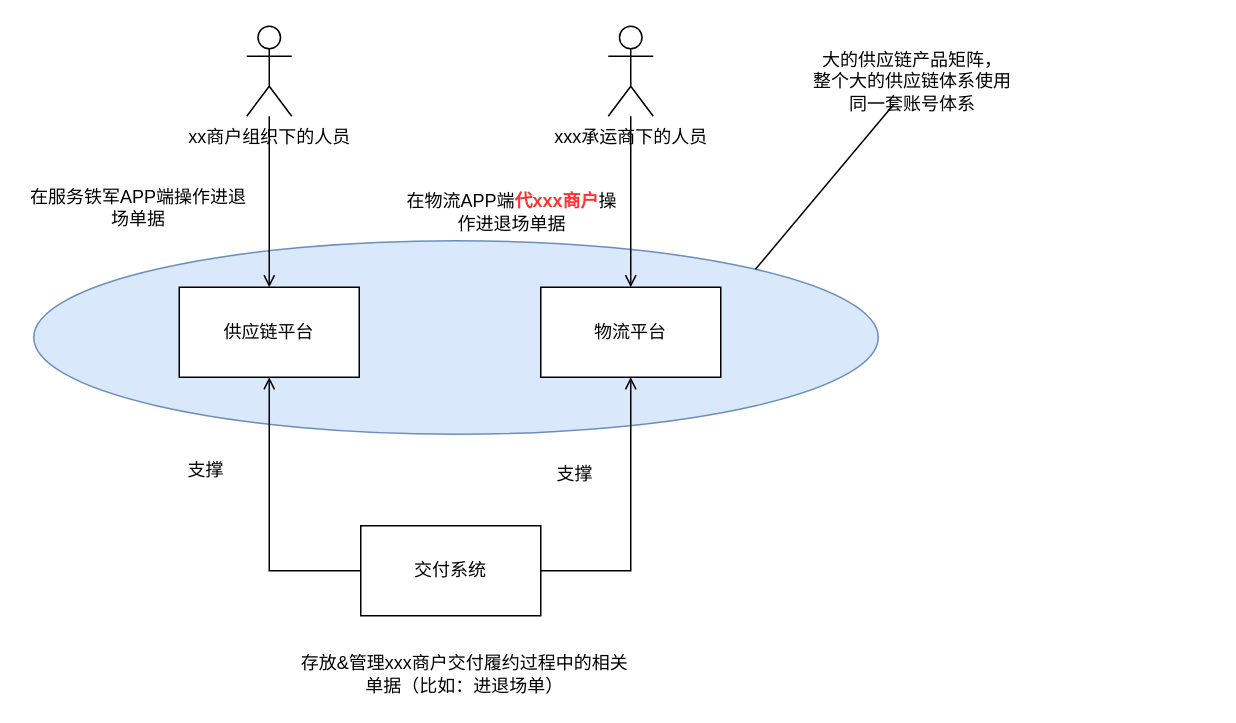
Before: page "Page-5" (5 of 5) of 业务建模.drawio in lokiworks/drawio, a draw.io diagram. Source tidied: cells renumbered, new cells numbered last; positions are measured from the earlier drawing's top-left corner, leaving out a move shared by most shapes. Both pictures are drawn from the tidied source at 150%, with x=0, y=0 at pixel (26, 26).
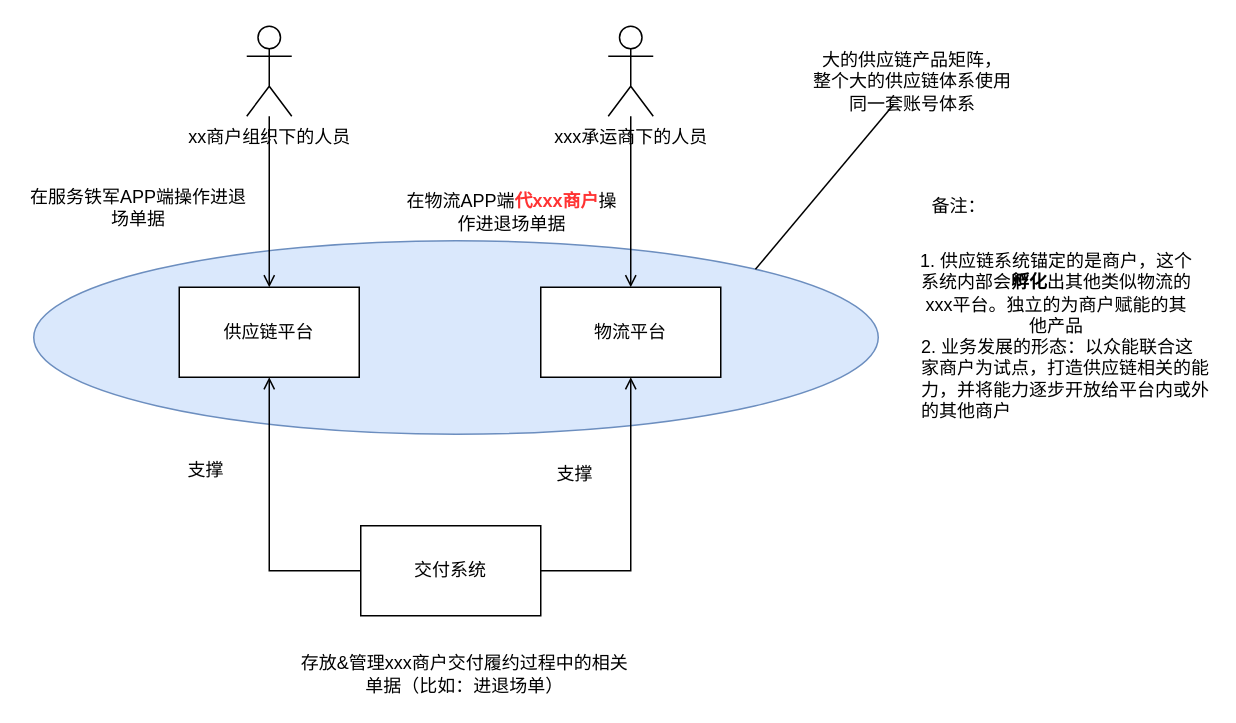
The same diagram, later.

Diff of the diagram source:
```diff
@@
+    <mxCell id="19" value="&lt;div&gt;&lt;font color=&quot;#000000&quot;&gt;&lt;span style=&quot;&quot; class=&quot;text-only text-with-abbreviation text-with-abbreviation-bottomline windows-bottomline&quot;&gt;1. 供应链&lt;/span&gt;&lt;span style=&quot;&quot; class=&quot;text-only&quot;&gt;系统锚定的是商户，这个系统内部会&lt;b&gt;孵化&lt;/b&gt;出其他类似&lt;/span&gt;&lt;span style=&quot;&quot; class=&quot;text-only text-with-abbreviation text-with-abbreviation-bottomline windows-bottomline&quot;&gt;物流&lt;/span&gt;&lt;span style=&quot;&quot; class=&quot;text-only&quot;&gt;的xxx平台。独立的为商户赋能的其他产品&lt;/span&gt;&lt;/font&gt;&lt;/div&gt;" style="text;html=1;strokeColor=none;fillColor=none;align=center;verticalAlign=middle;whiteSpace=wrap;rounded=0;fontColor=#FF3333;" parent="1" vertex="1">
+      <mxGeometry x="595" y="163" width="184" height="30" as="geometry" />
+    </mxCell>
+    <mxCell id="20" value="&lt;div&gt;&lt;font color=&quot;#000000&quot;&gt;&lt;span style=&quot;&quot; class=&quot;text-only&quot;&gt;2. 业务发展的形态：以众能联合这家商户为试点，打造&lt;/span&gt;&lt;span style=&quot;&quot; class=&quot;text-only text-with-abbreviation text-with-abbreviation-bottomline windows-bottomline&quot;&gt;供应链&lt;/span&gt;&lt;span style=&quot;&quot; class=&quot;text-only&quot;&gt;相关的能力，并将能力逐步开放给平台内或外的其他商户&lt;/span&gt;&lt;/font&gt;&lt;/div&gt;" style="text;whiteSpace=wrap;html=1;fontColor=#FF3333;" parent="1" vertex="1">
+      <mxGeometry x="595" y="200" width="195" height="51" as="geometry" />
+    </mxCell>
+    <mxCell id="21" value="备注：" style="text;html=1;strokeColor=none;fillColor=none;align=center;verticalAlign=middle;whiteSpace=wrap;rounded=0;fontColor=#000000;" parent="1" vertex="1">
+      <mxGeometry x="592" y="105" width="60" height="30" as="geometry" />
+    </mxCell>
```
